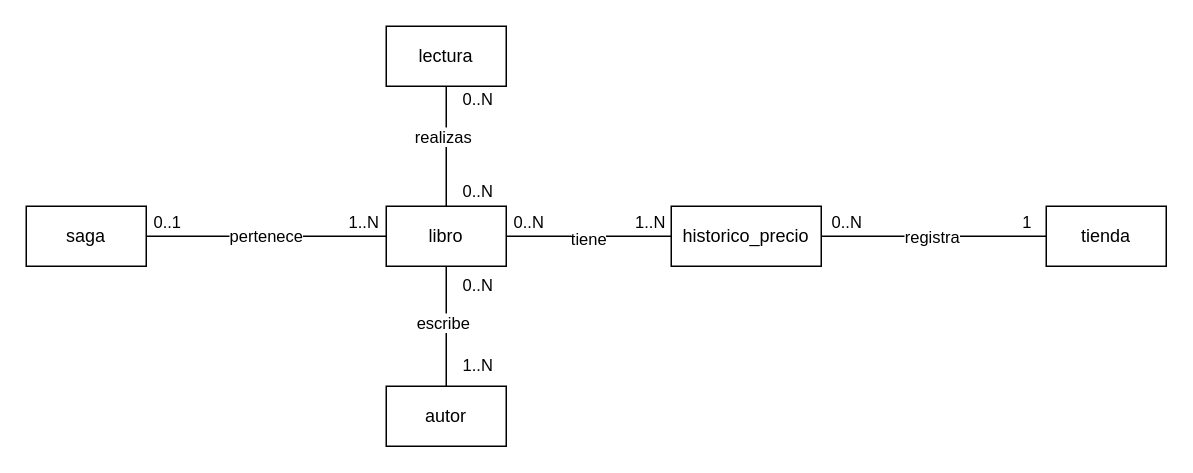
Before: planning/diagrams/Diagrama del dominio.drawio in sandraqiao/TFG, a draw.io diagram. Source tidied: cells renumbered, new cells numbered last; positions are measured from the earlier drawing's top-left corner, leaving out a move shared by most shapes. Both pictures are drawn from the tidied source at 150%, with x=0, y=0 at pixel (26, 26).
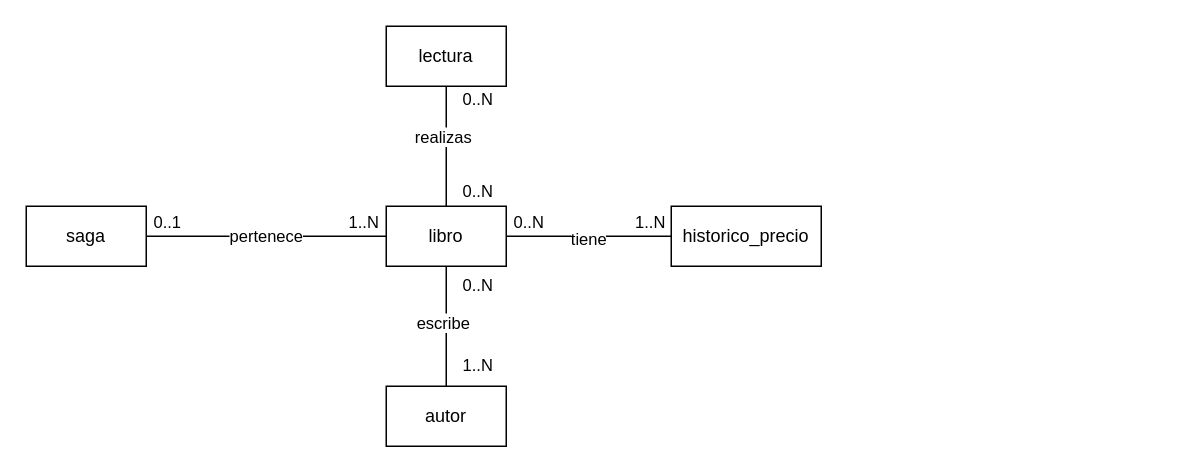
Above is the later version.

Commit message:
tienda eliminada

Unchanged cells that the change refers to:
```xml
<mxCell id="21" value="historico_p&lt;span style=&quot;background-color: transparent; color: light-dark(rgb(0, 0, 0), rgb(255, 255, 255));&quot;&gt;recio&lt;/span&gt;" style="rounded=0;whiteSpace=wrap;html=1;" parent="1" vertex="1">
  <mxGeometry x="430" y="120" width="100" height="40" as="geometry" />
</mxCell>
```

The edit, as a diff of the source:
```diff
@@
-    <mxCell id="16" style="edgeStyle=orthogonalEdgeStyle;rounded=0;jettySize=auto;html=1;entryX=1;entryY=0.5;entryDx=0;entryDy=0;endArrow=none;endFill=0;" parent="1" edge="1" source="20" target="21">
-      <mxGeometry relative="1" as="geometry" />
-    </mxCell>
-    <mxCell id="17" value="registra" style="edgeLabel;html=1;align=center;verticalAlign=middle;" parent="16" vertex="1">
-      <mxGeometry x="0.03" relative="1" as="geometry" />
-    </mxCell>
-    <mxCell id="18" value="0..N" style="edgeLabel;html=1;align=center;verticalAlign=middle;" parent="16" vertex="1">
-      <mxGeometry x="0.79" relative="1" as="geometry">
-        <mxPoint y="-10" as="offset" />
-      </mxGeometry>
-    </mxCell>
-    <mxCell id="19" value="1" style="edgeLabel;html=1;align=center;verticalAlign=middle;" parent="16" vertex="1">
-      <mxGeometry x="-0.82" y="1" relative="1" as="geometry">
-        <mxPoint y="-11" as="offset" />
-      </mxGeometry>
-    </mxCell>
-    <mxCell id="20" value="tienda" style="rounded=0;whiteSpace=wrap;html=1;" parent="1" vertex="1">
-      <mxGeometry x="680" y="120" width="80" height="40" as="geometry" />
-    </mxCell>
```
